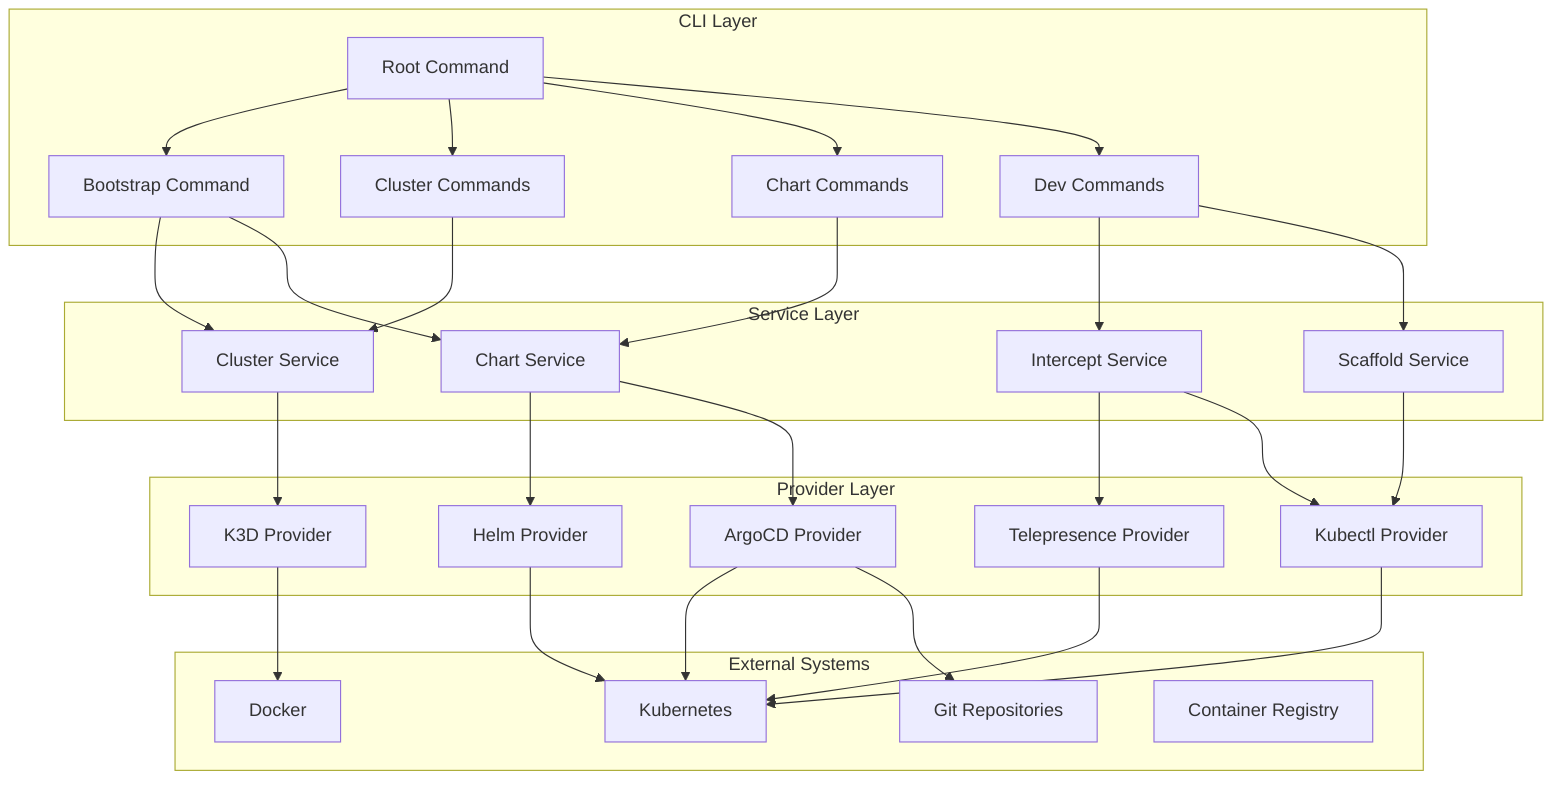
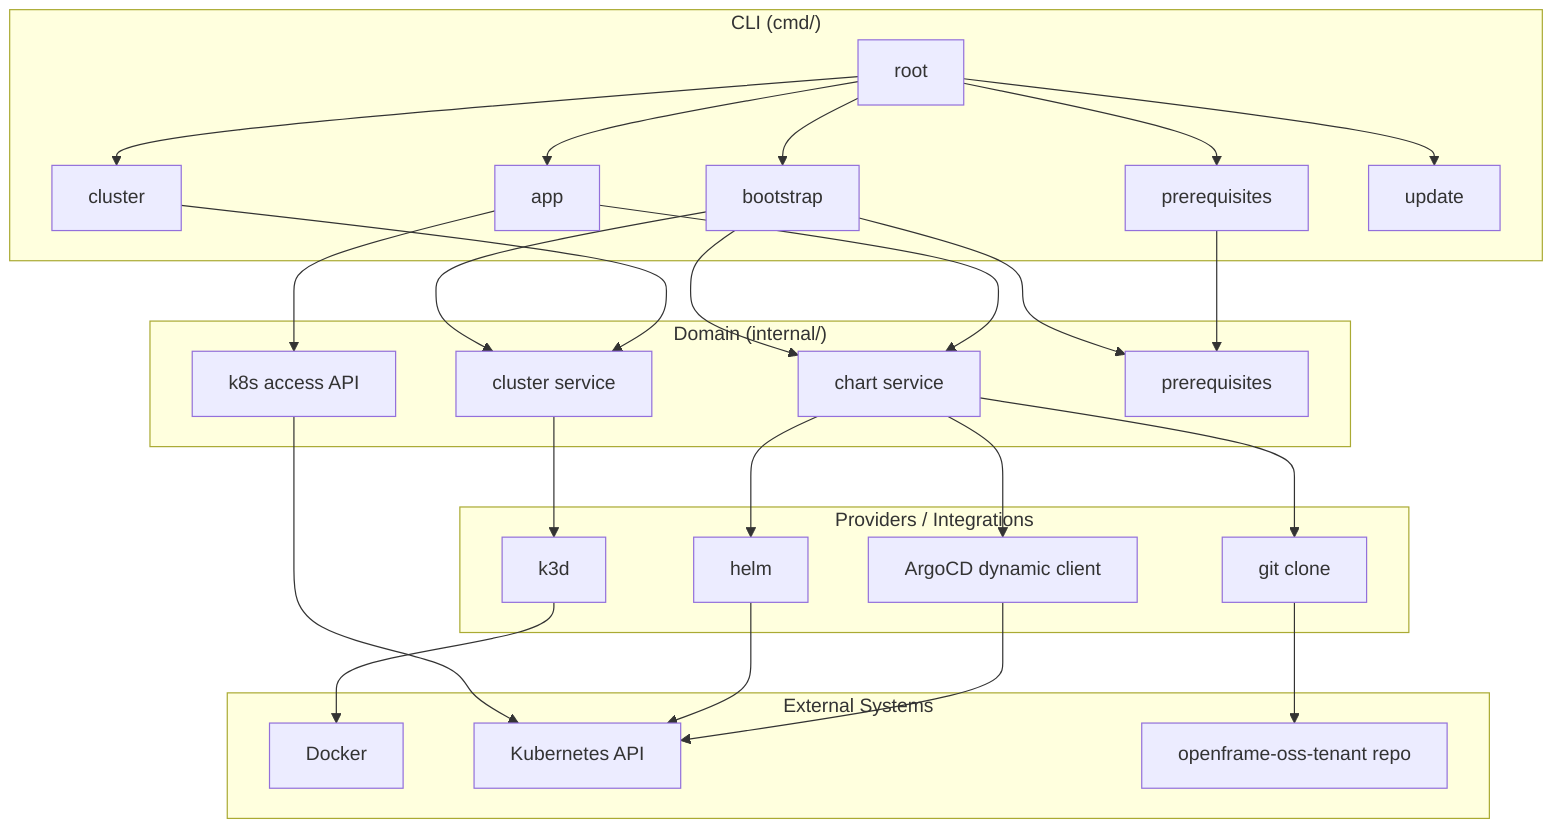
graph TB
-     subgraph "CLI Layer"
-         Root[Root Command]
-         Bootstrap[Bootstrap Command]
-         Cluster[Cluster Commands]
-         Chart[Chart Commands]
-         Dev[Dev Commands]
+     subgraph "CLI (cmd/)"
+         Root[root]
+         Bootstrap[bootstrap]
+         Cluster[cluster]
+         App[app]
+         Prereq[prerequisites]
+         Update[update]
    end

-     subgraph "Service Layer"
-         ClusterSvc[Cluster Service]
-         ChartSvc[Chart Service]
-         InterceptSvc[Intercept Service]
-         ScaffoldSvc[Scaffold Service]
+     subgraph "Domain (internal/)"
+         ClusterSvc[cluster service]
+         ChartSvc[chart service]
+         K8sAccess[k8s access API]
+         PrereqSvc[prerequisites]
    end

-     subgraph "Provider Layer"
-         K3D[K3D Provider]
-         Helm[Helm Provider]
-         ArgoCD[ArgoCD Provider]
-         Telepresence[Telepresence Provider]
-         Kubectl[Kubectl Provider]
+     subgraph "Providers / Integrations"
+         K3D[k3d]
+         Helm[helm]
+         Git[git clone]
+         ArgoCD[ArgoCD dynamic client]
    end

    subgraph "External Systems"
        Docker[Docker]
-         K8s[Kubernetes]
-         Git[Git Repositories]
-         Registry[Container Registry]
+         K8s[Kubernetes API]
+         Repo[openframe-oss-tenant repo]
    end

    Root --> Bootstrap
    Root --> Cluster
-     Root --> Chart
-     Root --> Dev
+     Root --> App
+     Root --> Prereq
+     Root --> Update

+     Bootstrap --> PrereqSvc
    Bootstrap --> ClusterSvc
    Bootstrap --> ChartSvc
    Cluster --> ClusterSvc
-     Chart --> ChartSvc
-     Dev --> InterceptSvc
-     Dev --> ScaffoldSvc
+     App --> ChartSvc
+     App --> K8sAccess
+     Prereq --> PrereqSvc

    ClusterSvc --> K3D
+     ChartSvc --> Git
    ChartSvc --> Helm
    ChartSvc --> ArgoCD
-     InterceptSvc --> Telepresence
-     InterceptSvc --> Kubectl
-     ScaffoldSvc --> Kubectl
+     K8sAccess --> K8s

    K3D --> Docker
+     Git --> Repo
    Helm --> K8s
    ArgoCD --> K8s
-     ArgoCD --> Git
-     Telepresence --> K8s
-     Kubectl --> K8s
